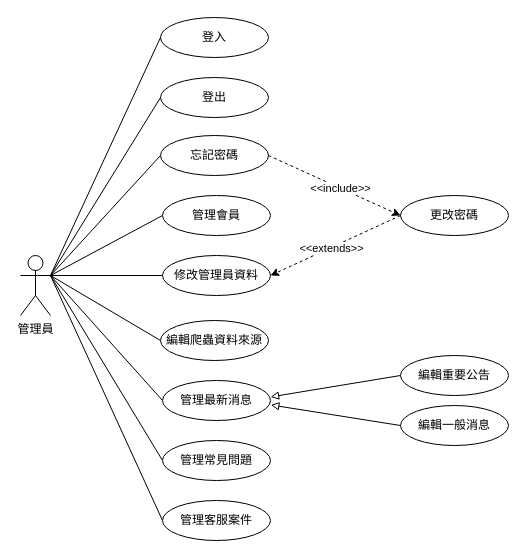
This is graphs/b2/uc admin.drawio from 7bagbun/grad_prj_docs, a draw.io file, before an edit. Source tidied: cells renumbered, new cells numbered last; positions are measured from the earlier drawing's top-left corner, leaving out a move shared by most shapes. Both pictures are drawn from the tidied source at 100%, with x=0, y=0 at pixel (20, 17).
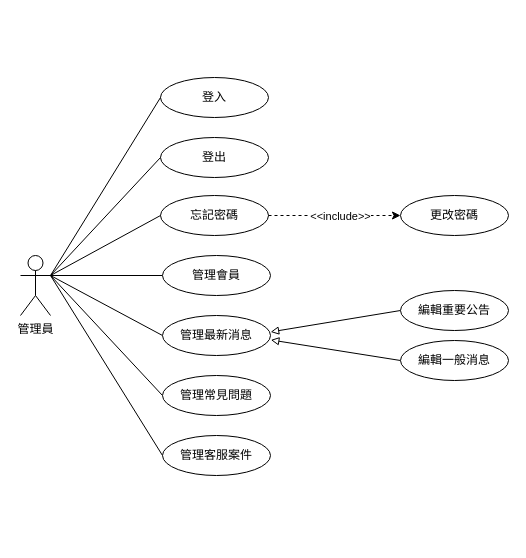
The same page after the edit.

The change refers to these unchanged cells:
```xml
<mxCell id="2" value="管理員" style="shape=umlActor;verticalLabelPosition=bottom;verticalAlign=top;html=1;outlineConnect=0;" parent="1" vertex="1">
  <mxGeometry y="238" width="30" height="60" as="geometry" />
</mxCell>
<mxCell id="27" value="更改密碼" style="ellipse;whiteSpace=wrap;html=1;" parent="1" vertex="1">
  <mxGeometry x="380" y="178" width="108" height="40" as="geometry" />
</mxCell>
```

What changed in the source:
```diff
@@
     <mxCell id="7" value="管理會員" style="ellipse;whiteSpace=wrap;html=1;" parent="1" vertex="1">
-      <mxGeometry x="142" y="178" width="108" height="40" as="geometry" />
+      <mxGeometry x="142" y="238" width="108" height="40" as="geometry" />
     </mxCell>
     <mxCell id="8" value="管理最新消息" style="ellipse;whiteSpace=wrap;html=1;" parent="1" vertex="1">
-      <mxGeometry x="142" y="363" width="108" height="40" as="geometry" />
+      <mxGeometry x="142" y="298" width="108" height="40" as="geometry" />
     </mxCell>
     <mxCell id="9" value="管理常見問題" style="ellipse;whiteSpace=wrap;html=1;" parent="1" vertex="1">
-      <mxGeometry x="142" y="423" width="108" height="40" as="geometry" />
+      <mxGeometry x="142" y="358" width="108" height="40" as="geometry" />
     </mxCell>
     <mxCell id="10" value="管理客服案件" style="ellipse;whiteSpace=wrap;html=1;" parent="1" vertex="1">
-      <mxGeometry x="142" y="483" width="108" height="40" as="geometry" />
+      <mxGeometry x="142" y="418" width="108" height="40" as="geometry" />
     </mxCell>
-    <mxCell id="11" value="編輯爬蟲資料來源" style="ellipse;whiteSpace=wrap;html=1;" parent="1" vertex="1">
-      <mxGeometry x="140" y="303" width="108" height="40" as="geometry" />
-    </mxCell>
-    <mxCell id="12" style="rounded=0;jettySize=auto;html=1;entryX=0;entryY=0.5;entryDx=0;entryDy=0;endArrow=none;endFill=0;exitX=1;exitY=0.3333333333333333;exitDx=0;exitDy=0;exitPerimeter=0;" parent="1" edge="1" source="2" target="11">
-      <mxGeometry relative="1" as="geometry" />
-    </mxCell>
     <mxCell id="13" value="登出" style="ellipse;whiteSpace=wrap;html=1;" parent="1" vertex="1">
-      <mxGeometry x="140" y="60" width="108" height="40" as="geometry" />
+      <mxGeometry x="140" y="120" width="108" height="40" as="geometry" />
     </mxCell>
@@
     <mxCell id="15" value="登入" style="ellipse;whiteSpace=wrap;html=1;" parent="1" vertex="1">
-      <mxGeometry x="140" width="108" height="40" as="geometry" />
+      <mxGeometry x="140" y="60" width="108" height="40" as="geometry" />
     </mxCell>
@@
     <mxCell id="18" value="編輯重要公告" style="ellipse;whiteSpace=wrap;html=1;" parent="1" vertex="1">
-      <mxGeometry x="380" y="338" width="108" height="40" as="geometry" />
+      <mxGeometry x="380" y="273" width="108" height="40" as="geometry" />
     </mxCell>
@@
     <mxCell id="20" value="編輯一般消息" style="ellipse;whiteSpace=wrap;html=1;" parent="1" vertex="1">
-      <mxGeometry x="380" y="388" width="108" height="40" as="geometry" />
+      <mxGeometry x="380" y="323" width="108" height="40" as="geometry" />
     </mxCell>
-    <mxCell id="21" value="修改管理員資料" style="ellipse;whiteSpace=wrap;html=1;" parent="1" vertex="1">
-      <mxGeometry x="142" y="238" width="108" height="40" as="geometry" />
-    </mxCell>
-    <mxCell id="22" style="rounded=0;jettySize=auto;html=1;entryX=0;entryY=0.5;entryDx=0;entryDy=0;endArrow=none;endFill=0;exitX=1;exitY=0.3333333333333333;exitDx=0;exitDy=0;exitPerimeter=0;" parent="1" edge="1" source="2" target="21">
-      <mxGeometry relative="1" as="geometry" />
-    </mxCell>
     <mxCell id="23" value="忘記密碼" style="ellipse;whiteSpace=wrap;html=1;" parent="1" vertex="1">
-      <mxGeometry x="140" y="118" width="108" height="40" as="geometry" />
+      <mxGeometry x="140" y="178" width="108" height="40" as="geometry" />
     </mxCell>
@@
-    <mxCell id="28" style="rounded=0;jettySize=auto;html=1;endArrow=classic;endFill=1;exitX=0;exitY=0.5;exitDx=0;exitDy=0;entryX=1;entryY=0.5;entryDx=0;entryDy=0;dashed=1;" parent="1" edge="1" source="27" target="21">
-      <mxGeometry relative="1" as="geometry" />
-    </mxCell>
-    <mxCell id="29" value="&amp;lt;&amp;lt;extends&amp;gt;&amp;gt;" style="edgeLabel;html=1;align=center;verticalAlign=middle;" parent="28" vertex="1">
-      <mxGeometry x="0.07" relative="1" as="geometry" />
-    </mxCell>
```
